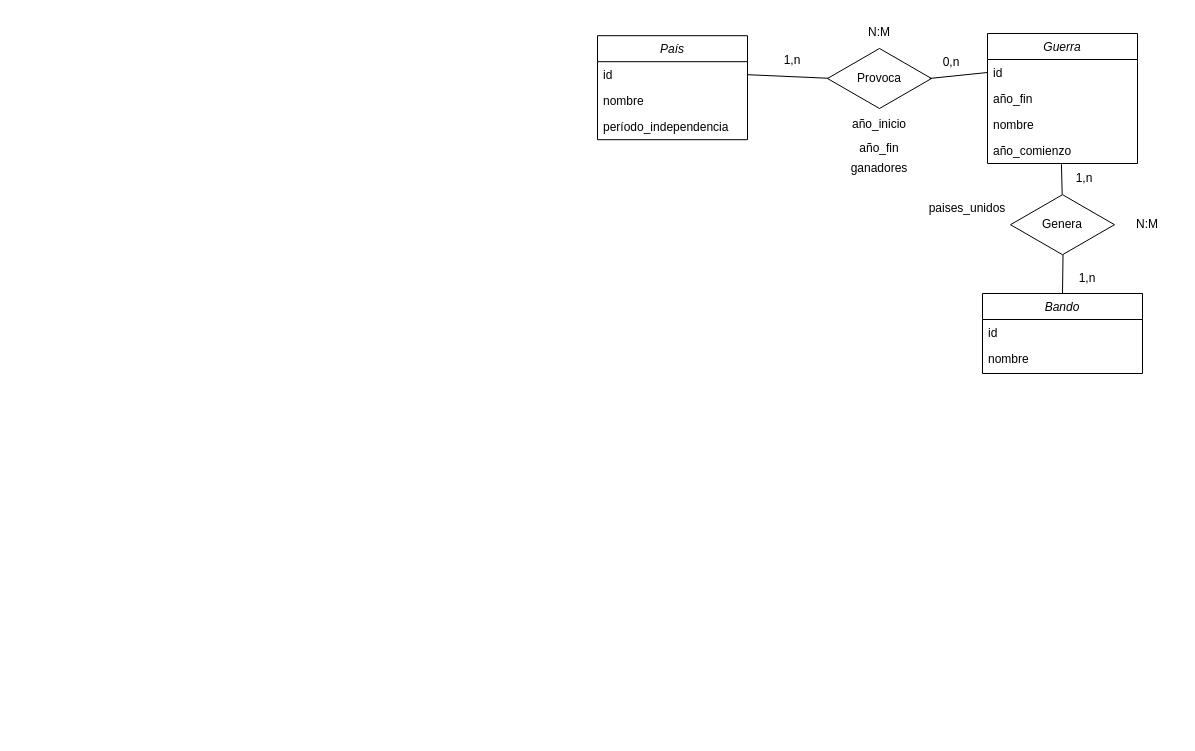
Daninuro/diagrames-cvf-dn-mpl-n-11102023 keeps this draw.io diagram as Ejercicio04.drawio. Above is the earlier version. Source tidied: cells renumbered, new cells numbered last; positions are measured from the earlier drawing's top-left corner, leaving out a move shared by most shapes. Both pictures are drawn from the tidied source at 100%, with x=0, y=0 at pixel (597, 17).
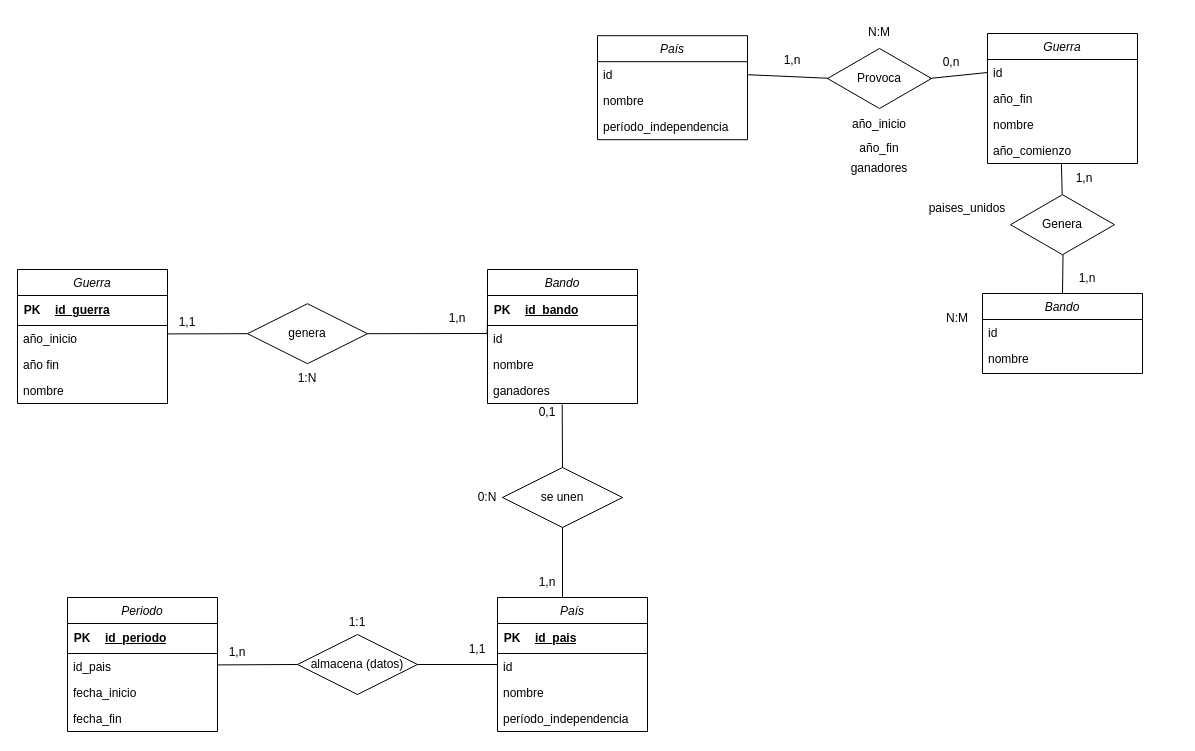
The same page after the edit.

The edit, as a diff of the source:
```diff
@@
     <mxCell id="30" value="N:M" style="text;html=1;strokeColor=none;fillColor=none;align=center;verticalAlign=middle;whiteSpace=wrap;rounded=0;" parent="1" vertex="1">
-      <mxGeometry x="520" y="192.2" width="60" height="30" as="geometry" />
+      <mxGeometry x="330" y="286.2" width="60" height="30" as="geometry" />
     </mxCell>
@@
+    <mxCell id="32" value="Guerra" style="swimlane;fontStyle=2;align=center;verticalAlign=top;horizontal=1;startSize=26;rounded=0;shadow=0;strokeWidth=1;" parent="1" vertex="1">
+      <mxGeometry x="-580" y="252" width="150" height="134" as="geometry" />
+    </mxCell>
+    <mxCell id="33" style="shape=table;startSize=0;childLayout=tableLayout;rowLines=0;fontStyle=0;align=center;strokeColor=none;fillColor=none;" parent="32" vertex="1">
+      <mxGeometry y="26" width="150" height="30" as="geometry" />
+    </mxCell>
+    <mxCell id="34" style="shape=tableRow;horizontal=0;startSize=0;swimlaneHead=0;swimlaneBody=0;fillColor=none;top=0;left=0;right=0;bottom=1;" parent="33" vertex="1">
+      <mxGeometry width="150" height="30" as="geometry" />
+    </mxCell>
+    <mxCell id="35" value="PK" style="shape=partialRectangle;fillColor=none;top=0;left=0;bottom=0;right=0;fontStyle=1;overflow=hidden;whiteSpace=wrap;html=1;" parent="34" vertex="1">
+      <mxGeometry width="30" height="30" as="geometry" />
+    </mxCell>
+    <mxCell id="36" value="id_guerra" style="shape=partialRectangle;fillColor=none;top=0;left=0;bottom=0;right=0;align=left;spacingLeft=6;fontStyle=5;overflow=hidden;whiteSpace=wrap;html=1;" parent="34" vertex="1">
+      <mxGeometry x="30" width="120" height="30" as="geometry" />
+    </mxCell>
+    <mxCell id="37" value="año_inicio" style="text;align=left;verticalAlign=top;spacingLeft=4;spacingRight=4;overflow=hidden;points=[[0,0.5],[1,0.5]];portConstraint=eastwest;" parent="32" vertex="1">
+      <mxGeometry y="56" width="150" height="26" as="geometry" />
+    </mxCell>
+    <mxCell id="38" value="año fin" style="text;align=left;verticalAlign=top;spacingLeft=4;spacingRight=4;overflow=hidden;rounded=0;shadow=0;html=0;" parent="32" vertex="1">
+      <mxGeometry y="82" width="150" height="26" as="geometry" />
+    </mxCell>
+    <mxCell id="39" value="nombre" style="text;align=left;verticalAlign=top;spacingLeft=4;spacingRight=4;overflow=hidden;rounded=0;shadow=0;html=0;" parent="32" vertex="1">
+      <mxGeometry y="108" width="150" height="26" as="geometry" />
+    </mxCell>
+    <mxCell id="40" value="Bando" style="swimlane;fontStyle=2;align=center;verticalAlign=top;horizontal=1;startSize=26;rounded=0;shadow=0;strokeWidth=1;" parent="1" vertex="1">
+      <mxGeometry x="-110" y="252" width="150" height="134" as="geometry" />
+    </mxCell>
+    <mxCell id="41" style="shape=table;startSize=0;childLayout=tableLayout;rowLines=0;fontStyle=0;align=center;strokeColor=none;fillColor=none;" parent="40" vertex="1">
+      <mxGeometry y="26" width="150" height="30" as="geometry" />
+    </mxCell>
+    <mxCell id="42" style="shape=tableRow;horizontal=0;startSize=0;swimlaneHead=0;swimlaneBody=0;fillColor=none;top=0;left=0;right=0;bottom=1;" parent="41" vertex="1">
+      <mxGeometry width="150" height="30" as="geometry" />
+    </mxCell>
+    <mxCell id="43" value="PK" style="shape=partialRectangle;fillColor=none;top=0;left=0;bottom=0;right=0;fontStyle=1;overflow=hidden;whiteSpace=wrap;html=1;" parent="42" vertex="1">
+      <mxGeometry width="30" height="30" as="geometry" />
+    </mxCell>
+    <mxCell id="44" value="id_bando" style="shape=partialRectangle;fillColor=none;top=0;left=0;bottom=0;right=0;align=left;spacingLeft=6;fontStyle=5;overflow=hidden;whiteSpace=wrap;html=1;" parent="42" vertex="1">
+      <mxGeometry x="30" width="120" height="30" as="geometry" />
+    </mxCell>
+    <mxCell id="45" value="id" style="text;align=left;verticalAlign=top;spacingLeft=4;spacingRight=4;overflow=hidden;points=[[0,0.5],[1,0.5]];portConstraint=eastwest;" parent="40" vertex="1">
+      <mxGeometry y="56" width="150" height="26" as="geometry" />
+    </mxCell>
+    <mxCell id="46" value="nombre" style="text;align=left;verticalAlign=top;spacingLeft=4;spacingRight=4;overflow=hidden;rounded=0;shadow=0;html=0;" parent="40" vertex="1">
+      <mxGeometry y="82" width="150" height="26" as="geometry" />
+    </mxCell>
+    <mxCell id="47" value="ganadores" style="text;align=left;verticalAlign=top;spacingLeft=4;spacingRight=4;overflow=hidden;points=[[0,0.5],[1,0.5]];portConstraint=eastwest;rounded=0;shadow=0;html=0;" parent="40" vertex="1">
+      <mxGeometry y="108" width="150" height="26" as="geometry" />
+    </mxCell>
+    <mxCell id="48" value="País" style="swimlane;fontStyle=2;align=center;verticalAlign=top;horizontal=1;startSize=26;rounded=0;shadow=0;strokeWidth=1;" parent="1" vertex="1">
+      <mxGeometry x="-100" y="580" width="150" height="134" as="geometry" />
+    </mxCell>
+    <mxCell id="49" style="shape=table;startSize=0;childLayout=tableLayout;rowLines=0;fontStyle=0;align=center;strokeColor=none;fillColor=none;" parent="48" vertex="1">
+      <mxGeometry y="26" width="150" height="30" as="geometry" />
+    </mxCell>
+    <mxCell id="50" style="shape=tableRow;horizontal=0;startSize=0;swimlaneHead=0;swimlaneBody=0;fillColor=none;top=0;left=0;right=0;bottom=1;" parent="49" vertex="1">
+      <mxGeometry width="150" height="30" as="geometry" />
+    </mxCell>
+    <mxCell id="51" value="PK" style="shape=partialRectangle;fillColor=none;top=0;left=0;bottom=0;right=0;fontStyle=1;overflow=hidden;whiteSpace=wrap;html=1;" parent="50" vertex="1">
+      <mxGeometry width="30" height="30" as="geometry" />
+    </mxCell>
+    <mxCell id="52" value="id_pais" style="shape=partialRectangle;fillColor=none;top=0;left=0;bottom=0;right=0;align=left;spacingLeft=6;fontStyle=5;overflow=hidden;whiteSpace=wrap;html=1;" parent="50" vertex="1">
+      <mxGeometry x="30" width="120" height="30" as="geometry" />
+    </mxCell>
+    <mxCell id="53" value="id" style="text;align=left;verticalAlign=top;spacingLeft=4;spacingRight=4;overflow=hidden;points=[[0,0.5],[1,0.5]];portConstraint=eastwest;" parent="48" vertex="1">
+      <mxGeometry y="56" width="150" height="26" as="geometry" />
+    </mxCell>
+    <mxCell id="54" value="nombre" style="text;align=left;verticalAlign=top;spacingLeft=4;spacingRight=4;overflow=hidden;rounded=0;shadow=0;html=0;" parent="48" vertex="1">
+      <mxGeometry y="82" width="150" height="26" as="geometry" />
+    </mxCell>
+    <mxCell id="55" value="período_independencia" style="text;align=left;verticalAlign=top;spacingLeft=4;spacingRight=4;overflow=hidden;rounded=0;shadow=0;html=0;" parent="48" vertex="1">
+      <mxGeometry y="108" width="150" height="26" as="geometry" />
+    </mxCell>
+    <mxCell id="56" value="Periodo" style="swimlane;fontStyle=2;align=center;verticalAlign=top;horizontal=1;startSize=26;rounded=0;shadow=0;strokeWidth=1;" parent="1" vertex="1">
+      <mxGeometry x="-530" y="580" width="150" height="134" as="geometry" />
+    </mxCell>
+    <mxCell id="57" style="shape=table;startSize=0;childLayout=tableLayout;rowLines=0;fontStyle=0;align=center;strokeColor=none;fillColor=none;" parent="56" vertex="1">
+      <mxGeometry y="26" width="150" height="30" as="geometry" />
+    </mxCell>
+    <mxCell id="58" style="shape=tableRow;horizontal=0;startSize=0;swimlaneHead=0;swimlaneBody=0;fillColor=none;top=0;left=0;right=0;bottom=1;" parent="57" vertex="1">
+      <mxGeometry width="150" height="30" as="geometry" />
+    </mxCell>
+    <mxCell id="59" value="PK" style="shape=partialRectangle;fillColor=none;top=0;left=0;bottom=0;right=0;fontStyle=1;overflow=hidden;whiteSpace=wrap;html=1;" parent="58" vertex="1">
+      <mxGeometry width="30" height="30" as="geometry" />
+    </mxCell>
+    <mxCell id="60" value="id_periodo" style="shape=partialRectangle;fillColor=none;top=0;left=0;bottom=0;right=0;align=left;spacingLeft=6;fontStyle=5;overflow=hidden;whiteSpace=wrap;html=1;" parent="58" vertex="1">
+      <mxGeometry x="30" width="120" height="30" as="geometry" />
+    </mxCell>
+    <mxCell id="61" value="id_pais" style="text;align=left;verticalAlign=top;spacingLeft=4;spacingRight=4;overflow=hidden;points=[[0,0.5],[1,0.5]];portConstraint=eastwest;rounded=0;shadow=0;html=0;" parent="56" vertex="1">
+      <mxGeometry y="56" width="150" height="26" as="geometry" />
+    </mxCell>
+    <mxCell id="62" value="fecha_inicio" style="text;align=left;verticalAlign=top;spacingLeft=4;spacingRight=4;overflow=hidden;rounded=0;shadow=0;html=0;" parent="56" vertex="1">
+      <mxGeometry y="82" width="150" height="26" as="geometry" />
+    </mxCell>
+    <mxCell id="63" value="fecha_fin" style="text;align=left;verticalAlign=top;spacingLeft=4;spacingRight=4;overflow=hidden;rounded=0;shadow=0;html=0;" parent="56" vertex="1">
+      <mxGeometry y="108" width="150" height="26" as="geometry" />
+    </mxCell>
+    <mxCell id="64" value="se unen" style="shape=rhombus;perimeter=rhombusPerimeter;whiteSpace=wrap;html=1;align=center;" parent="1" vertex="1">
+      <mxGeometry x="-95" y="450" width="120" height="60" as="geometry" />
+    </mxCell>
+    <mxCell id="65" value="genera" style="shape=rhombus;perimeter=rhombusPerimeter;whiteSpace=wrap;html=1;align=center;" parent="1" vertex="1">
+      <mxGeometry x="-350" y="286.2" width="120" height="60" as="geometry" />
+    </mxCell>
+    <mxCell id="66" style="endArrow=none;html=1;rounded=0;exitX=0;exitY=0.5;exitDx=0;exitDy=0;entryX=0.999;entryY=0.324;entryDx=0;entryDy=0;entryPerimeter=0;" parent="1" edge="1" source="65" target="37">
+      <mxGeometry relative="1" as="geometry" />
+    </mxCell>
+    <mxCell id="67" style="endArrow=none;html=1;rounded=0;entryX=1;entryY=0.5;entryDx=0;entryDy=0;" parent="1" edge="1" target="65">
+      <mxGeometry relative="1" as="geometry">
+        <mxPoint x="-110" y="316" as="sourcePoint" />
+      </mxGeometry>
+    </mxCell>
+    <mxCell id="68" style="endArrow=none;html=1;rounded=0;exitX=0.5;exitY=0;exitDx=0;exitDy=0;entryX=0.498;entryY=1.04;entryDx=0;entryDy=0;entryPerimeter=0;" parent="1" edge="1" source="64" target="47">
+      <mxGeometry relative="1" as="geometry" />
+    </mxCell>
+    <mxCell id="69" style="endArrow=none;html=1;rounded=0;exitX=0.5;exitY=1;exitDx=0;exitDy=0;" parent="1" edge="1" source="64">
+      <mxGeometry relative="1" as="geometry">
+        <mxPoint x="-35" y="580" as="targetPoint" />
+      </mxGeometry>
+    </mxCell>
+    <mxCell id="70" value="almacena (datos)" style="shape=rhombus;perimeter=rhombusPerimeter;whiteSpace=wrap;html=1;align=center;" parent="1" vertex="1">
+      <mxGeometry x="-300" y="617" width="120" height="60" as="geometry" />
+    </mxCell>
+    <mxCell id="71" style="endArrow=none;html=1;rounded=0;entryX=0;entryY=0.5;entryDx=0;entryDy=0;exitX=0.999;exitY=0.439;exitDx=0;exitDy=0;exitPerimeter=0;" parent="1" edge="1" source="61" target="70">
+      <mxGeometry relative="1" as="geometry" />
+    </mxCell>
+    <mxCell id="72" style="endArrow=none;html=1;rounded=0;entryX=-0.001;entryY=0.423;entryDx=0;entryDy=0;exitX=1;exitY=0.5;exitDx=0;exitDy=0;entryPerimeter=0;" parent="1" edge="1" source="70" target="53">
+      <mxGeometry relative="1" as="geometry" />
+    </mxCell>
+    <mxCell id="73" value="1:N" style="text;html=1;strokeColor=none;fillColor=none;align=center;verticalAlign=middle;whiteSpace=wrap;rounded=0;" parent="1" vertex="1">
+      <mxGeometry x="-320" y="346.2" width="60" height="30" as="geometry" />
+    </mxCell>
+    <mxCell id="74" value="1,1" style="text;html=1;strokeColor=none;fillColor=none;align=center;verticalAlign=middle;whiteSpace=wrap;rounded=0;" parent="1" vertex="1">
+      <mxGeometry x="-440" y="290" width="60" height="30" as="geometry" />
+    </mxCell>
+    <mxCell id="75" style="endArrow=none;html=1;rounded=0;entryX=1;entryY=0.5;entryDx=0;entryDy=0;exitX=-0.002;exitY=0.31;exitDx=0;exitDy=0;exitPerimeter=0;" parent="1" edge="1" source="45" target="76">
+      <mxGeometry relative="1" as="geometry" />
+    </mxCell>
+    <mxCell id="76" value="1,n" style="text;html=1;strokeColor=none;fillColor=none;align=center;verticalAlign=middle;whiteSpace=wrap;rounded=0;" parent="1" vertex="1">
+      <mxGeometry x="-170" y="286.2" width="60" height="30" as="geometry" />
+    </mxCell>
+    <mxCell id="77" value="0,1" style="text;html=1;strokeColor=none;fillColor=none;align=center;verticalAlign=middle;whiteSpace=wrap;rounded=0;" parent="1" vertex="1">
+      <mxGeometry x="-80" y="380" width="60" height="30" as="geometry" />
+    </mxCell>
+    <mxCell id="78" value="1,n" style="text;html=1;strokeColor=none;fillColor=none;align=center;verticalAlign=middle;whiteSpace=wrap;rounded=0;" parent="1" vertex="1">
+      <mxGeometry x="-80" y="550" width="60" height="30" as="geometry" />
+    </mxCell>
+    <mxCell id="79" value="0:N" style="text;html=1;strokeColor=none;fillColor=none;align=center;verticalAlign=middle;whiteSpace=wrap;rounded=0;" parent="1" vertex="1">
+      <mxGeometry x="-140" y="465" width="60" height="30" as="geometry" />
+    </mxCell>
+    <mxCell id="80" value="1:1" style="text;html=1;strokeColor=none;fillColor=none;align=center;verticalAlign=middle;whiteSpace=wrap;rounded=0;" parent="1" vertex="1">
+      <mxGeometry x="-270" y="590" width="60" height="30" as="geometry" />
+    </mxCell>
+    <mxCell id="81" value="1,1" style="text;html=1;strokeColor=none;fillColor=none;align=center;verticalAlign=middle;whiteSpace=wrap;rounded=0;" parent="1" vertex="1">
+      <mxGeometry x="-150" y="617" width="60" height="30" as="geometry" />
+    </mxCell>
+    <mxCell id="82" value="1,n" style="text;html=1;strokeColor=none;fillColor=none;align=center;verticalAlign=middle;whiteSpace=wrap;rounded=0;" parent="1" vertex="1">
+      <mxGeometry x="-390" y="620" width="60" height="30" as="geometry" />
+    </mxCell>
```
